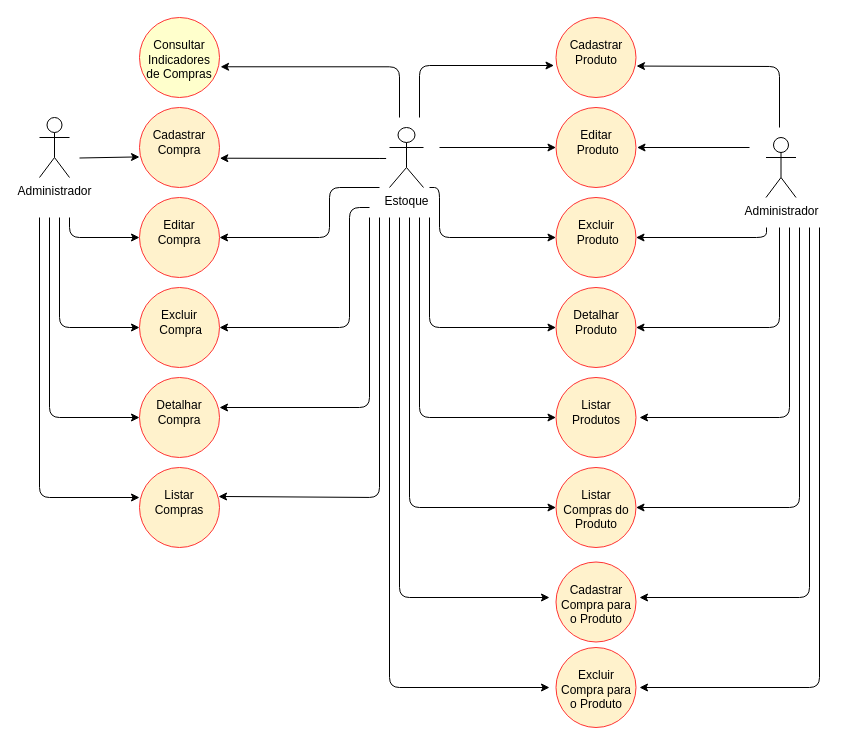
Above: page "Estoque" (4 of 7) of projeto/documentacao/Diagrama de casos de uso.drawio in adjamirgalvao/pucminas (draw.io), before the change. Source tidied: cells renumbered, new cells numbered last; positions are measured from the earlier drawing's top-left corner, leaving out a move shared by most shapes. Both pictures are drawn from the tidied source at 100%, with x=0, y=0 at pixel (39, 17).
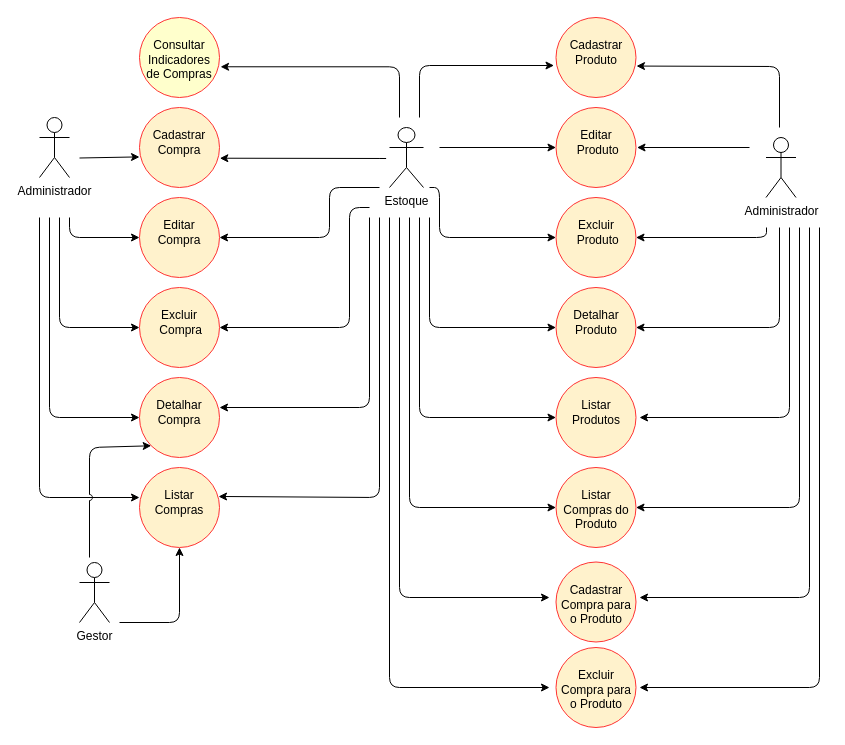
After the change.

The change refers to these unchanged cells:
```xml
<mxCell id="37" value="&lt;br style=&quot;border-color: var(--border-color);&quot;&gt;Detalhar&lt;br style=&quot;border-color: var(--border-color);&quot;&gt;Compra" style="ellipse;whiteSpace=wrap;html=1;verticalAlign=top;fillColor=#fff2cc;strokeColor=#FF3333;" parent="1" vertex="1">
  <mxGeometry x="100" y="360" width="80" height="80" as="geometry" />
</mxCell>
<mxCell id="43" value="&lt;br&gt;Listar&lt;br&gt;Compras" style="ellipse;whiteSpace=wrap;html=1;verticalAlign=top;fillColor=#fff2cc;strokeColor=#FF3333;" parent="1" vertex="1">
  <mxGeometry x="100" y="450" width="80" height="80" as="geometry" />
</mxCell>
```

The edit, as a diff of the source:
```diff
@@
+    <mxCell id="46" value="Gestor" style="shape=umlActor;verticalLabelPosition=bottom;verticalAlign=top;html=1;" parent="1" vertex="1">
+      <mxGeometry x="40" y="545" width="30" height="60" as="geometry" />
+    </mxCell>
+    <mxCell id="47" style="endArrow=classic;html=1;rounded=1;entryX=0.5;entryY=1;entryDx=0;entryDy=0;" parent="1" edge="1" target="43">
+      <mxGeometry relative="1" as="geometry">
+        <mxPoint x="80" y="605" as="sourcePoint" />
+        <Array as="points">
+          <mxPoint x="140" y="605" />
+        </Array>
+      </mxGeometry>
+    </mxCell>
+    <mxCell id="48" style="endArrow=classic;html=1;rounded=1;entryX=0;entryY=1;entryDx=0;entryDy=0;jumpStyle=arc;" parent="1" edge="1" target="37">
+      <mxGeometry relative="1" as="geometry">
+        <mxPoint x="50" y="540" as="sourcePoint" />
+        <Array as="points">
+          <mxPoint x="50" y="430" />
+        </Array>
+      </mxGeometry>
+    </mxCell>
```
